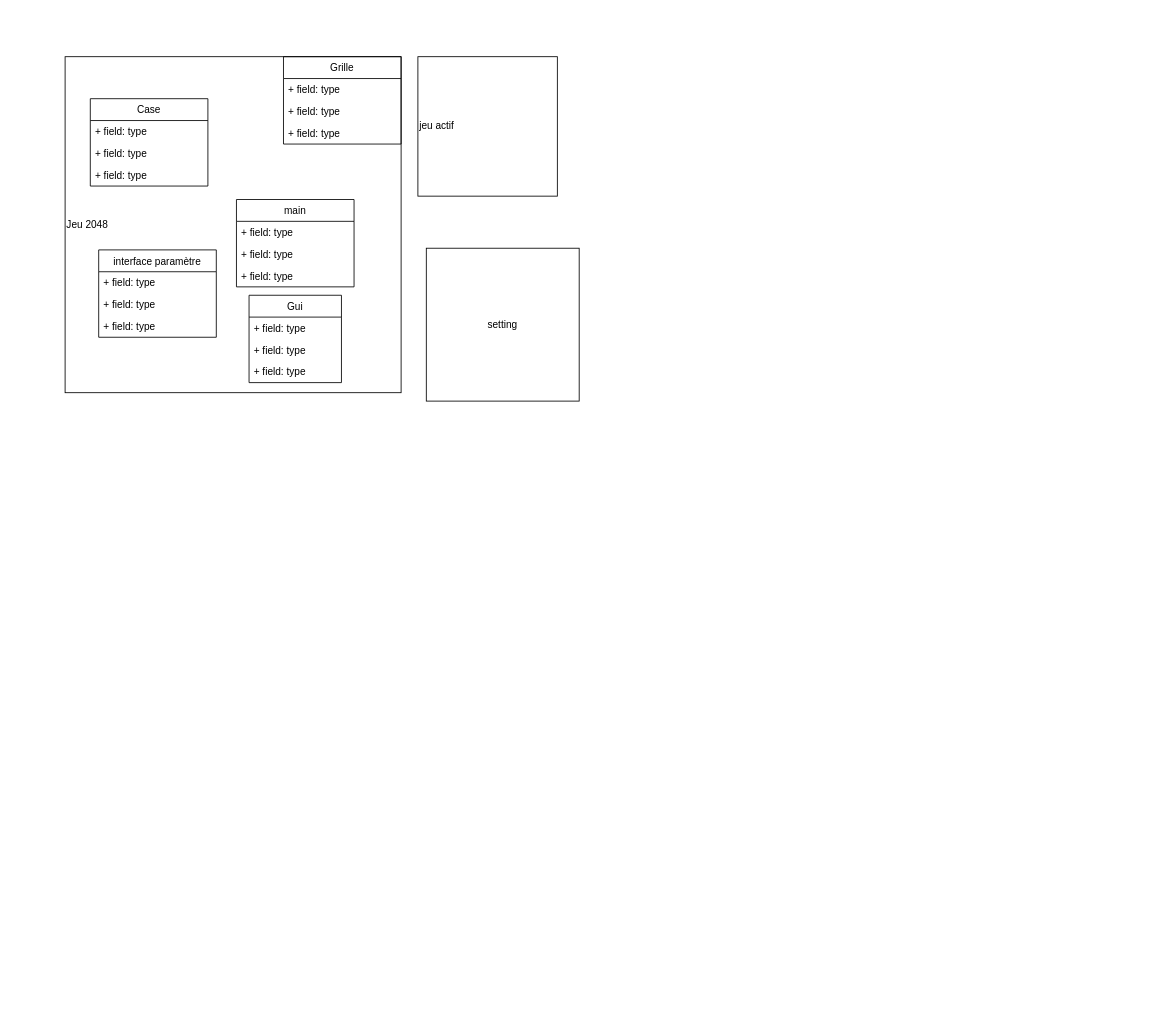
The draw.io diagram testmanonnassim.drawio in farahdaba/2048groupe, before the edit. Source tidied: cells renumbered, new cells numbered last; positions are measured from the earlier drawing's top-left corner, leaving out a move shared by most shapes. Both pictures are drawn from the tidied source at 84%, with x=0, y=0 at pixel (65, 56).
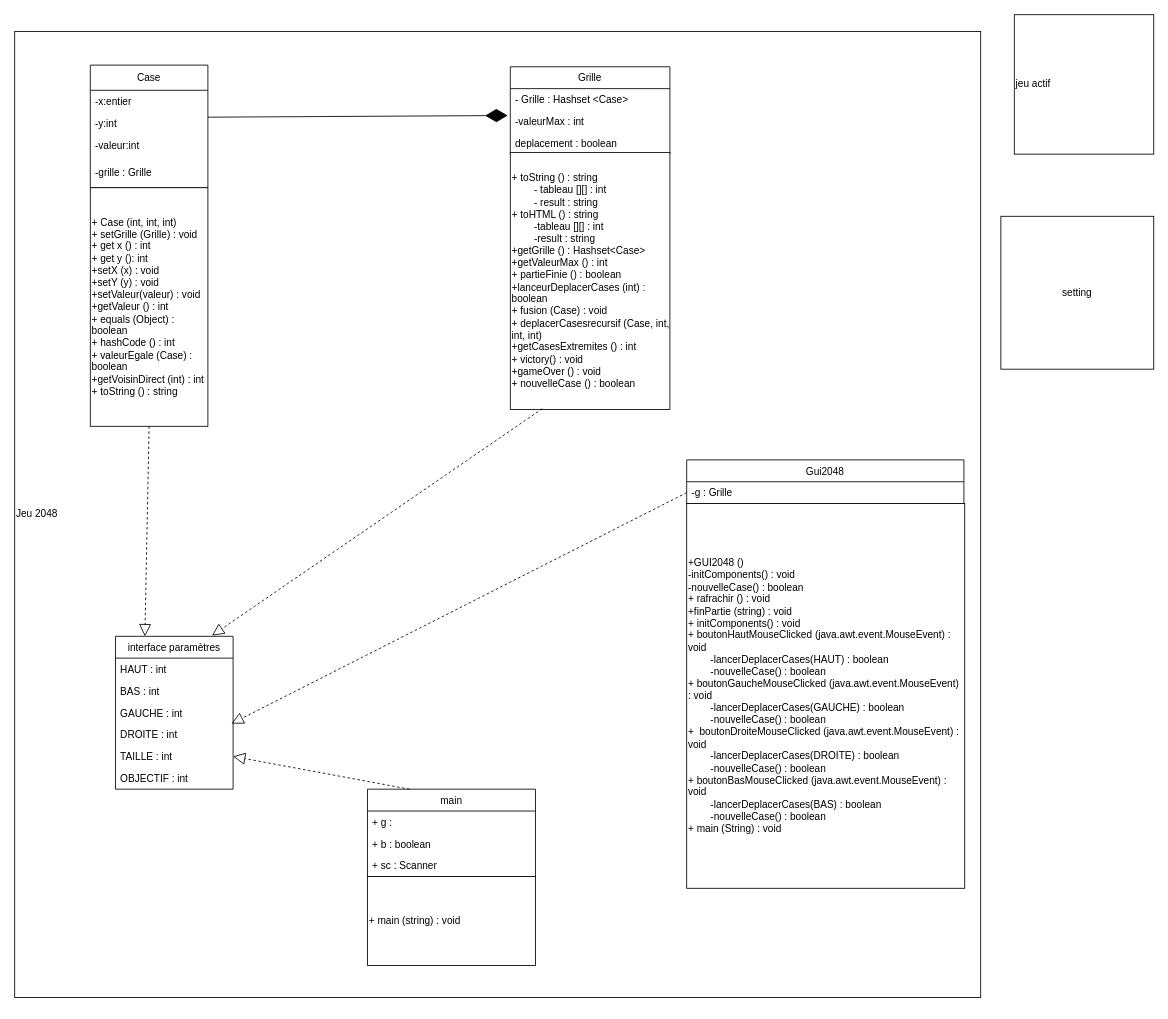
Above is the later version.

What changed in the source:
```diff
@@
     <mxCell id="2" value="Jeu 2048" style="whiteSpace=wrap;html=1;align=left;" parent="1" vertex="1">
-      <mxGeometry width="400" height="400" as="geometry" />
+      <mxGeometry x="-60" y="-30" width="1150" height="1150" as="geometry" />
     </mxCell>
-    <mxCell id="3" value="Case" style="swimlane;fontStyle=0;horizontal=1;startSize=26;fillColor=none;" parent="1" vertex="1">
-      <mxGeometry x="30" y="50" width="140" height="104" as="geometry" />
+    <mxCell id="3" value="Case" style="swimlane;fontStyle=0;horizontal=1;startSize=30;fillColor=none;" parent="1" vertex="1">
+      <mxGeometry x="30" y="10" width="140" height="146" as="geometry" />
     </mxCell>
-    <mxCell id="4" value="+ field: type" style="text;strokeColor=none;fillColor=none;align=left;verticalAlign=top;spacingLeft=4;spacingRight=4;overflow=hidden;points=[[0,0.5],[1,0.5]];portConstraint=eastwest;" parent="3" vertex="1">
-      <mxGeometry y="26" width="140" height="26" as="geometry" />
+    <mxCell id="4" value="-x:entier" style="text;strokeColor=none;fillColor=none;align=left;verticalAlign=top;spacingLeft=4;spacingRight=4;overflow=hidden;points=[[0,0.5],[1,0.5]];portConstraint=eastwest;" parent="3" vertex="1">
+      <mxGeometry y="30" width="140" height="26" as="geometry" />
     </mxCell>
-    <mxCell id="5" value="+ field: type" style="text;strokeColor=none;fillColor=none;align=left;verticalAlign=top;spacingLeft=4;spacingRight=4;overflow=hidden;" parent="3" vertex="1">
-      <mxGeometry y="52" width="140" height="26" as="geometry" />
+    <mxCell id="5" value="-y:int" style="text;strokeColor=none;fillColor=none;align=left;verticalAlign=top;spacingLeft=4;spacingRight=4;overflow=hidden;" parent="3" vertex="1">
+      <mxGeometry y="56" width="140" height="26" as="geometry" />
     </mxCell>
-    <mxCell id="6" value="+ field: type" style="text;strokeColor=none;fillColor=none;align=left;verticalAlign=top;spacingLeft=4;spacingRight=4;overflow=hidden;" parent="3" vertex="1">
-      <mxGeometry y="78" width="140" height="26" as="geometry" />
+    <mxCell id="6" value="-valeur:int" style="text;strokeColor=none;fillColor=none;align=left;verticalAlign=top;spacingLeft=4;spacingRight=4;overflow=hidden;" parent="3" vertex="1">
+      <mxGeometry y="82" width="140" height="32" as="geometry" />
     </mxCell>
+    <mxCell id="26" value="-grille : Grille" style="text;strokeColor=none;fillColor=none;align=left;verticalAlign=top;spacingLeft=4;spacingRight=4;overflow=hidden;" parent="3" vertex="1">
+      <mxGeometry y="114" width="140" height="32" as="geometry" />
+    </mxCell>
     <mxCell id="7" value="Grille" style="swimlane;fontStyle=0;horizontal=1;startSize=26;fillColor=none;" parent="1" vertex="1">
-      <mxGeometry x="260" width="140" height="104" as="geometry" />
+      <mxGeometry x="530" y="12" width="190" height="104" as="geometry" />
     </mxCell>
-    <mxCell id="8" value="+ field: type" style="text;strokeColor=none;fillColor=none;align=left;verticalAlign=top;spacingLeft=4;spacingRight=4;overflow=hidden;" parent="7" vertex="1">
-      <mxGeometry y="26" width="140" height="26" as="geometry" />
+    <mxCell id="8" value="- Grille : Hashset &lt;Case&gt;" style="text;strokeColor=none;fillColor=none;align=left;verticalAlign=top;spacingLeft=4;spacingRight=4;overflow=hidden;" parent="7" vertex="1">
+      <mxGeometry y="26" width="190" height="26" as="geometry" />
     </mxCell>
-    <mxCell id="9" value="+ field: type" style="text;strokeColor=none;fillColor=none;align=left;verticalAlign=top;spacingLeft=4;spacingRight=4;overflow=hidden;points=[[0,0.5],[1,0.5]];portConstraint=eastwest;" parent="7" vertex="1">
-      <mxGeometry y="52" width="140" height="26" as="geometry" />
+    <mxCell id="9" value="-valeurMax : int" style="text;strokeColor=none;fillColor=none;align=left;verticalAlign=top;spacingLeft=4;spacingRight=4;overflow=hidden;points=[[0,0.5],[1,0.5]];portConstraint=eastwest;" parent="7" vertex="1">
+      <mxGeometry y="52" width="190" height="26" as="geometry" />
     </mxCell>
-    <mxCell id="10" value="+ field: type" style="text;strokeColor=none;fillColor=none;align=left;verticalAlign=top;spacingLeft=4;spacingRight=4;overflow=hidden;" parent="7" vertex="1">
-      <mxGeometry y="78" width="140" height="26" as="geometry" />
+    <mxCell id="10" value="deplacement : boolean" style="text;strokeColor=none;fillColor=none;align=left;verticalAlign=top;spacingLeft=4;spacingRight=4;overflow=hidden;" parent="7" vertex="1">
+      <mxGeometry y="78" width="190" height="26" as="geometry" />
     </mxCell>
-    <mxCell id="11" value="interface paramètre" style="swimlane;fontStyle=0;horizontal=1;startSize=26;fillColor=none;" parent="1" vertex="1">
-      <mxGeometry x="40" y="230" width="140" height="104" as="geometry" />
+    <mxCell id="11" value="interface paramètres" style="swimlane;fontStyle=0;horizontal=1;startSize=26;fillColor=none;" parent="1" vertex="1">
+      <mxGeometry x="60" y="690" width="140" height="182" as="geometry" />
     </mxCell>
-    <mxCell id="12" value="+ field: type" style="text;strokeColor=none;fillColor=none;align=left;verticalAlign=top;spacingLeft=4;spacingRight=4;overflow=hidden;" parent="11" vertex="1">
+    <mxCell id="12" value="HAUT : int" style="text;strokeColor=none;fillColor=none;align=left;verticalAlign=top;spacingLeft=4;spacingRight=4;overflow=hidden;" parent="11" vertex="1">
       <mxGeometry y="26" width="140" height="26" as="geometry" />
     </mxCell>
-    <mxCell id="13" value="+ field: type" style="text;strokeColor=none;fillColor=none;align=left;verticalAlign=top;spacingLeft=4;spacingRight=4;overflow=hidden;" parent="11" vertex="1">
+    <mxCell id="13" value="BAS : int" style="text;strokeColor=none;fillColor=none;align=left;verticalAlign=top;spacingLeft=4;spacingRight=4;overflow=hidden;" parent="11" vertex="1">
       <mxGeometry y="52" width="140" height="26" as="geometry" />
     </mxCell>
-    <mxCell id="14" value="+ field: type" style="text;strokeColor=none;fillColor=none;align=left;verticalAlign=top;spacingLeft=4;spacingRight=4;overflow=hidden;" parent="11" vertex="1">
+    <mxCell id="14" value="GAUCHE : int" style="text;strokeColor=none;fillColor=none;align=left;verticalAlign=top;spacingLeft=4;spacingRight=4;overflow=hidden;" parent="11" vertex="1">
       <mxGeometry y="78" width="140" height="26" as="geometry" />
     </mxCell>
+    <mxCell id="27" value="DROITE : int" style="text;strokeColor=none;fillColor=none;align=left;verticalAlign=top;spacingLeft=4;spacingRight=4;overflow=hidden;points=[[0,0.5],[1,0.5]];portConstraint=eastwest;" parent="11" vertex="1">
+      <mxGeometry y="104" width="140" height="26" as="geometry" />
+    </mxCell>
+    <mxCell id="28" value="TAILLE : int   " style="text;strokeColor=none;fillColor=none;align=left;verticalAlign=top;spacingLeft=4;spacingRight=4;overflow=hidden;points=[[0,0.5],[1,0.5]];portConstraint=eastwest;" parent="11" vertex="1">
+      <mxGeometry y="130" width="140" height="26" as="geometry" />
+    </mxCell>
+    <mxCell id="29" value="OBJECTIF : int" style="text;strokeColor=none;fillColor=none;align=left;verticalAlign=top;spacingLeft=4;spacingRight=4;overflow=hidden;" parent="11" vertex="1">
+      <mxGeometry y="156" width="140" height="26" as="geometry" />
+    </mxCell>
     <mxCell id="15" value="main" style="swimlane;fontStyle=0;horizontal=1;startSize=26;fillColor=none;" parent="1" vertex="1">
-      <mxGeometry x="204" y="170" width="140" height="104" as="geometry" />
+      <mxGeometry x="360" y="872" width="200" height="104" as="geometry" />
     </mxCell>
-    <mxCell id="16" value="+ field: type" style="text;strokeColor=none;fillColor=none;align=left;verticalAlign=top;spacingLeft=4;spacingRight=4;overflow=hidden;" parent="15" vertex="1">
-      <mxGeometry y="26" width="140" height="26" as="geometry" />
+    <mxCell id="16" value="+ g : " style="text;strokeColor=none;fillColor=none;align=left;verticalAlign=top;spacingLeft=4;spacingRight=4;overflow=hidden;" parent="15" vertex="1">
+      <mxGeometry y="26" width="200" height="26" as="geometry" />
     </mxCell>
-    <mxCell id="17" value="+ field: type" style="text;strokeColor=none;fillColor=none;align=left;verticalAlign=top;spacingLeft=4;spacingRight=4;overflow=hidden;" parent="15" vertex="1">
-      <mxGeometry y="52" width="140" height="26" as="geometry" />
+    <mxCell id="17" value="+ b : boolean" style="text;strokeColor=none;fillColor=none;align=left;verticalAlign=top;spacingLeft=4;spacingRight=4;overflow=hidden;" parent="15" vertex="1">
+      <mxGeometry y="52" width="200" height="26" as="geometry" />
     </mxCell>
-    <mxCell id="18" value="+ field: type" style="text;strokeColor=none;fillColor=none;align=left;verticalAlign=top;spacingLeft=4;spacingRight=4;overflow=hidden;" parent="15" vertex="1">
-      <mxGeometry y="78" width="140" height="26" as="geometry" />
+    <mxCell id="18" value="+ sc : Scanner " style="text;strokeColor=none;fillColor=none;align=left;verticalAlign=top;spacingLeft=4;spacingRight=4;overflow=hidden;" parent="15" vertex="1">
+      <mxGeometry y="78" width="200" height="26" as="geometry" />
     </mxCell>
     <mxCell id="19" value="jeu actif" style="whiteSpace=wrap;html=1;align=left;" parent="1" vertex="1">
-      <mxGeometry x="420" width="166" height="166" as="geometry" />
+      <mxGeometry x="1130" y="-50" width="166" height="166" as="geometry" />
     </mxCell>
-    <mxCell id="20" value="Gui" style="swimlane;fontStyle=0;horizontal=1;startSize=26;fillColor=none;" parent="1" vertex="1">
-      <mxGeometry x="219" y="284" width="110" height="104" as="geometry" />
+    <mxCell id="20" value="Gui2048" style="swimlane;fontStyle=0;horizontal=1;startSize=26;fillColor=none;" parent="1" vertex="1">
+      <mxGeometry x="740" y="480" width="330" height="52" as="geometry" />
     </mxCell>
-    <mxCell id="21" value="+ field: type" style="text;strokeColor=none;fillColor=none;align=left;verticalAlign=top;spacingLeft=4;spacingRight=4;overflow=hidden;points=[[0,0.5],[1,0.5]];portConstraint=eastwest;" parent="20" vertex="1">
-      <mxGeometry y="26" width="110" height="26" as="geometry" />
+    <mxCell id="21" value="-g : Grille" style="text;strokeColor=none;fillColor=none;align=left;verticalAlign=top;spacingLeft=4;spacingRight=4;overflow=hidden;points=[[0,0.5],[1,0.5]];portConstraint=eastwest;" parent="20" vertex="1">
+      <mxGeometry y="26" width="330" height="26" as="geometry" />
     </mxCell>
-    <mxCell id="22" value="+ field: type" style="text;strokeColor=none;fillColor=none;align=left;verticalAlign=top;spacingLeft=4;spacingRight=4;overflow=hidden;" parent="20" vertex="1">
-      <mxGeometry y="52" width="110" height="26" as="geometry" />
-    </mxCell>
-    <mxCell id="23" value="+ field: type" style="text;strokeColor=none;fillColor=none;align=left;verticalAlign=top;spacingLeft=4;spacingRight=4;overflow=hidden;" parent="20" vertex="1">
-      <mxGeometry y="78" width="110" height="26" as="geometry" />
-    </mxCell>
     <mxCell id="24" value="setting" style="whiteSpace=wrap;html=1;" parent="1" vertex="1">
-      <mxGeometry x="430" y="228" width="182" height="182" as="geometry" />
+      <mxGeometry x="1114" y="190" width="182" height="182" as="geometry" />
     </mxCell>
@@
+    <mxCell id="30" value="+ Case (int, int, int)&lt;br&gt;+ setGrille (Grille) : void&amp;nbsp;&lt;br&gt;+ get x () : int&amp;nbsp;&lt;br&gt;+ get y (): int&lt;br&gt;+setX (x) : void&lt;br&gt;+setY (y) : void&lt;br&gt;+setValeur(valeur) : void&lt;br&gt;+getValeur () : int&lt;br&gt;+ equals (Object) : boolean&lt;br&gt;+ hashCode () : int&lt;br&gt;+ valeurEgale (Case) : boolean&lt;br&gt;+getVoisinDirect (int) : int&lt;br&gt;+ toString () : string&amp;nbsp;" style="rounded=0;whiteSpace=wrap;html=1;align=left;" parent="1" vertex="1">
+      <mxGeometry x="30" y="156" width="140" height="284" as="geometry" />
+    </mxCell>
+    <mxCell id="31" value="+ toString () : string&lt;br&gt;&lt;span style=&quot;white-space: pre;&quot;&gt;&#9;&lt;/span&gt;- tableau [][] : int&lt;br&gt;&lt;span style=&quot;white-space: pre;&quot;&gt;&#9;&lt;/span&gt;- result : string&amp;nbsp;&lt;br&gt;+ toHTML () : string&lt;br&gt;&lt;span style=&quot;white-space: pre;&quot;&gt;&#9;&lt;/span&gt;-tableau [][] : int&lt;br&gt;&lt;span style=&quot;white-space: pre;&quot;&gt;&#9;&lt;/span&gt;-result : string&lt;br&gt;+getGrille () : Hashset&amp;lt;Case&amp;gt;&lt;br&gt;+getValeurMax () : int&lt;br&gt;+ partieFinie () : boolean&lt;br&gt;+lanceurDeplacerCases (int) : boolean&amp;nbsp;&lt;br&gt;+ fusion (Case) : void&lt;br&gt;+ deplacerCasesrecursif (Case, int, int, int)&lt;br&gt;+getCasesExtremites () : int&lt;br&gt;+ victory() : void&lt;br&gt;+gameOver () : void&lt;br&gt;+ nouvelleCase () : boolean&lt;br&gt;" style="rounded=0;whiteSpace=wrap;html=1;align=left;" parent="1" vertex="1">
+      <mxGeometry x="530" y="114" width="190" height="306" as="geometry" />
+    </mxCell>
+    <mxCell id="32" value="+GUI2048 ()&amp;nbsp;&lt;br&gt;&lt;span style=&quot;&quot;&gt;&#9;&lt;/span&gt;-initComponents() : void&lt;br&gt;&lt;span style=&quot;&quot;&gt;&#9;&lt;/span&gt;-nouvelleCase() : boolean&lt;br&gt;+ rafrachir () : void&lt;br&gt;+finPartie (string) : void&lt;br&gt;+ initComponents() : void&lt;br&gt;+ boutonHautMouseClicked (java.awt.event.MouseEvent) : void&lt;br&gt;&lt;span style=&quot;&quot;&gt;&#9;&lt;/span&gt;&lt;span style=&quot;white-space: pre;&quot;&gt;&#9;&lt;/span&gt;-lancerDeplacerCases(HAUT) : boolean&lt;br&gt;&lt;span style=&quot;&quot;&gt;&#9;&lt;/span&gt;&lt;span style=&quot;white-space: pre;&quot;&gt;&#9;&lt;/span&gt;-nouvelleCase() : boolean&lt;br&gt;+&amp;nbsp;boutonGaucheMouseClicked (java.awt.event.MouseEvent) : void&lt;br&gt;&lt;span style=&quot;&quot;&gt;&#9;&lt;/span&gt;&lt;span style=&quot;white-space: pre;&quot;&gt;&#9;&lt;/span&gt;-lancerDeplacerCases(GAUCHE) : boolean&lt;br&gt;&lt;span style=&quot;&quot;&gt;&#9;&lt;/span&gt;&lt;span style=&quot;white-space: pre;&quot;&gt;&#9;&lt;/span&gt;-nouvelleCase() : boolean&lt;br&gt;+&amp;nbsp;&amp;nbsp;boutonDroiteMouseClicked (java.awt.event.MouseEvent) : void&lt;br&gt;&lt;span style=&quot;&quot;&gt;&#9;&lt;/span&gt;&lt;span style=&quot;white-space: pre;&quot;&gt;&#9;&lt;/span&gt;-lancerDeplacerCases(DROITE) : boolean&lt;br&gt;&lt;span style=&quot;&quot;&gt;&#9;&lt;/span&gt;&lt;span style=&quot;white-space: pre;&quot;&gt;&#9;&lt;/span&gt;-nouvelleCase() : boolean&lt;br&gt;+&amp;nbsp;boutonBasMouseClicked (java.awt.event.MouseEvent) : void&lt;br&gt;&lt;span style=&quot;&quot;&gt;&#9;&lt;/span&gt;&lt;span style=&quot;white-space: pre;&quot;&gt;&#9;&lt;/span&gt;-lancerDeplacerCases(BAS) : boolean&lt;br&gt;&lt;span style=&quot;&quot;&gt;&#9;&lt;/span&gt;&lt;span style=&quot;white-space: pre;&quot;&gt;&#9;&lt;/span&gt;-nouvelleCase() : boolean&lt;br&gt;+ main (String) : void&lt;br&gt;" style="rounded=0;whiteSpace=wrap;html=1;align=left;" parent="1" vertex="1">
+      <mxGeometry x="740" y="532" width="331" height="458" as="geometry" />
+    </mxCell>
+    <mxCell id="33" value="+ main (string) : void" style="rounded=0;whiteSpace=wrap;html=1;align=left;" parent="1" vertex="1">
+      <mxGeometry x="360" y="976" width="200" height="106" as="geometry" />
+    </mxCell>
+    <mxCell id="34" style="endArrow=diamondThin;endFill=1;endSize=24;html=1;rounded=0;exitX=1;exitY=1.231;exitDx=0;exitDy=0;exitPerimeter=0;entryX=-0.016;entryY=0.231;entryDx=0;entryDy=0;entryPerimeter=0;" parent="1" edge="1" source="4" target="9">
+      <mxGeometry relative="1" as="geometry" />
+    </mxCell>
+    <mxCell id="35" style="endArrow=block;dashed=1;endFill=0;endSize=12;html=1;rounded=0;exitX=0.5;exitY=1;exitDx=0;exitDy=0;entryX=0.25;entryY=0;entryDx=0;entryDy=0;" parent="1" edge="1" source="30" target="11">
+      <mxGeometry relative="1" as="geometry" />
+    </mxCell>
+    <mxCell id="36" style="endArrow=block;dashed=1;endFill=0;endSize=12;html=1;rounded=0;exitX=0.2;exitY=0.997;exitDx=0;exitDy=0;exitPerimeter=0;entryX=0.821;entryY=-0.005;entryDx=0;entryDy=0;entryPerimeter=0;" parent="1" edge="1" source="31" target="11">
+      <mxGeometry relative="1" as="geometry" />
+    </mxCell>
+    <mxCell id="37" style="endArrow=block;dashed=1;endFill=0;endSize=12;html=1;rounded=0;entryX=0.986;entryY=0;entryDx=0;entryDy=0;entryPerimeter=0;exitX=0;exitY=0.5;exitDx=0;exitDy=0;" parent="1" edge="1" source="21" target="27">
+      <mxGeometry relative="1" as="geometry" />
+    </mxCell>
+    <mxCell id="38" style="endArrow=block;dashed=1;endFill=0;endSize=12;html=1;rounded=0;exitX=0.25;exitY=0;exitDx=0;exitDy=0;entryX=1;entryY=0.5;entryDx=0;entryDy=0;" parent="1" edge="1" source="15" target="28">
+      <mxGeometry relative="1" as="geometry" />
+    </mxCell>
```
